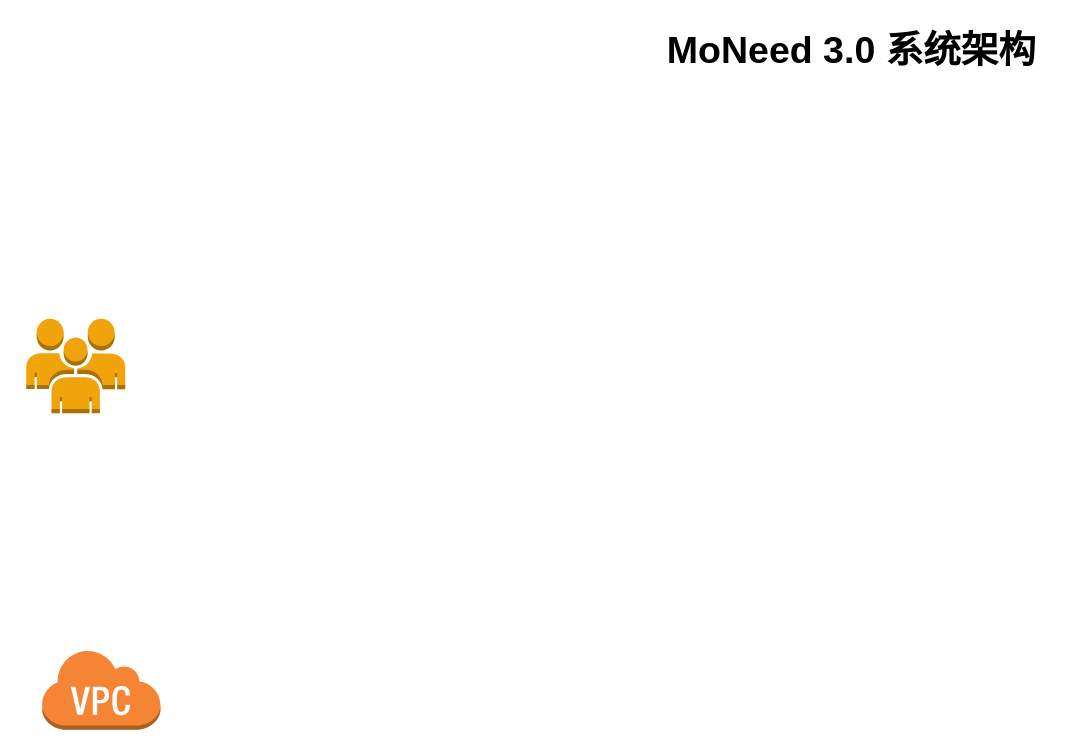
Earlier version of the draw.io diagram page "MOMO架构图" (2 of 2) of CI/CI/moeed.drawio (liudongdong0909/draw). Source tidied: cells renumbered, new cells numbered last; positions are measured from the earlier drawing's top-left corner, leaving out a move shared by most shapes. Both pictures are drawn from the tidied source at 150%, with x=0, y=0 at pixel (26, 26).
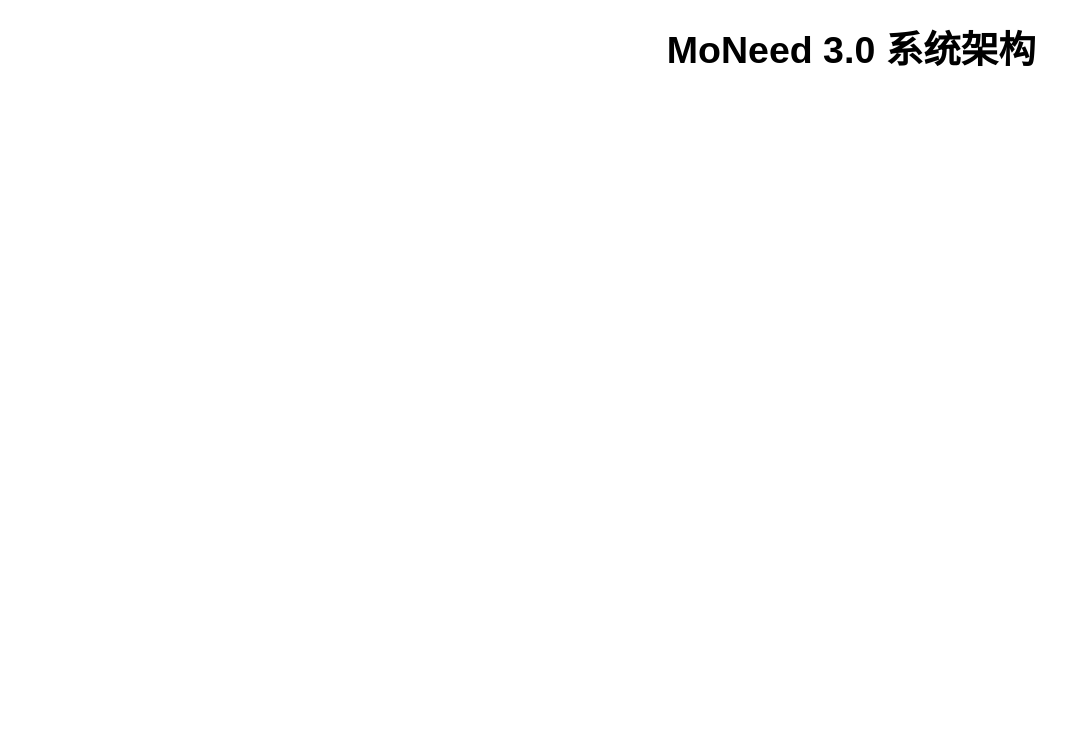
Above is the later version.

What changed in the source:
```diff
@@
 <mxGraphModel>
   <root>
     <mxCell id="0" />
     <mxCell id="1" parent="0" />
     <mxCell id="2" value="&lt;b&gt;&lt;font style=&quot;font-size: 25px&quot;&gt;MoNeed 3.0 系统架构&lt;/font&gt;&lt;/b&gt;" style="text;html=1;align=center;verticalAlign=middle;fontSize=16;" parent="1" vertex="1">
       <mxGeometry x="420" width="260" height="30" as="geometry" />
     </mxCell>
-    <mxCell id="3" style="dashed=0;verticalLabelPosition=bottom;verticalAlign=top;align=center;html=1;shape=mxgraph.aws3.users;fillColor=#f0a30a;strokeColor=#BD7000;fontColor=#ffffff;" parent="1" vertex="1">
-      <mxGeometry y="195" width="66" height="63" as="geometry" />
-    </mxCell>
-    <mxCell id="4" style="dashed=0;verticalLabelPosition=bottom;verticalAlign=top;align=center;html=1;shape=mxgraph.aws3.virtual_private_cloud;fillColor=#F58534;gradientColor=none;rounded=0;labelBackgroundColor=none;strokeColor=#000000;fontSize=16;" parent="1" vertex="1">
-      <mxGeometry x="10" y="415" width="79.5" height="54" as="geometry" />
-    </mxCell>
   </root>
 </mxGraphModel>
```
